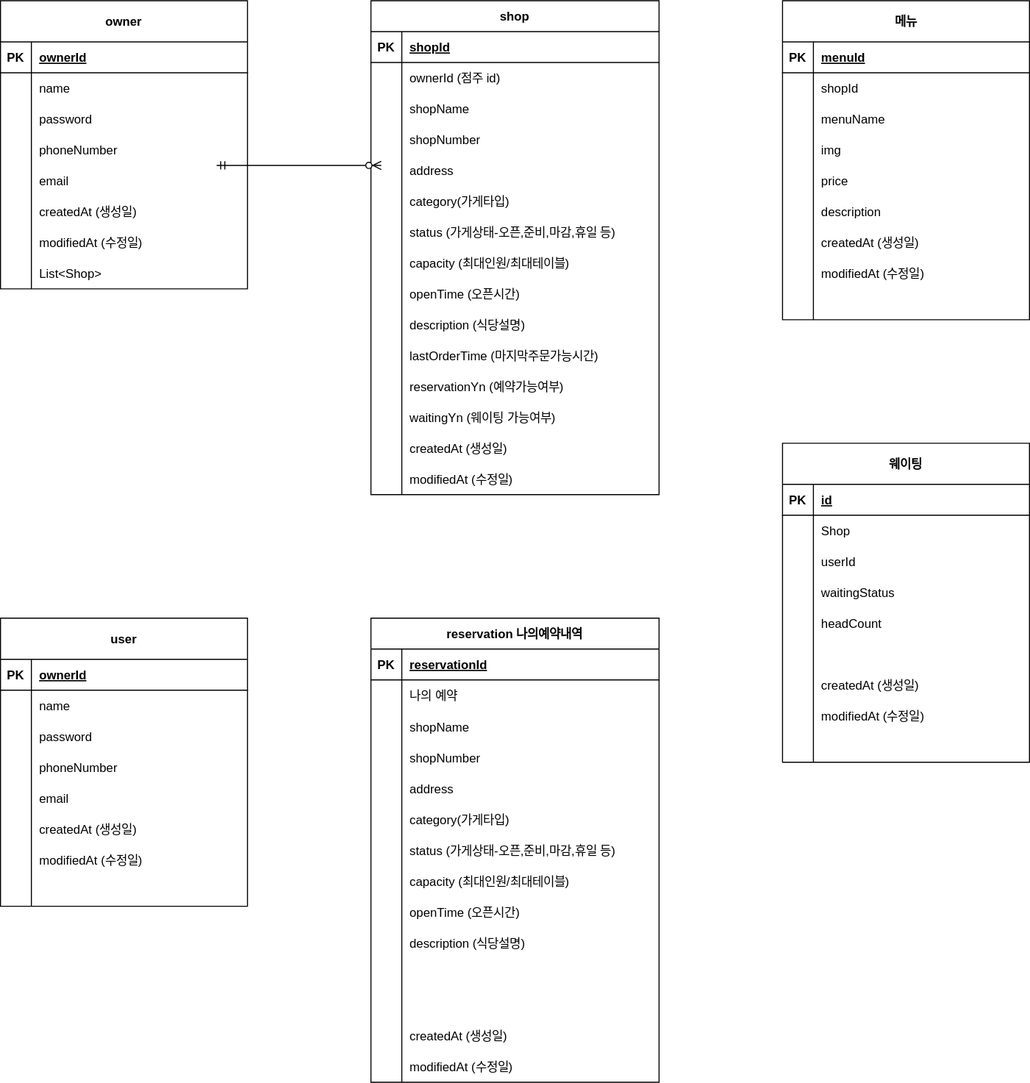
This is document/reservetable-erd.svg from hyerinnn/reservetable, a draw.io export, as it was before one commit. Source tidied: cells renumbered, new cells last; positions are measured from the earlier drawing's top-left corner, leaving out a move shared by most shapes.
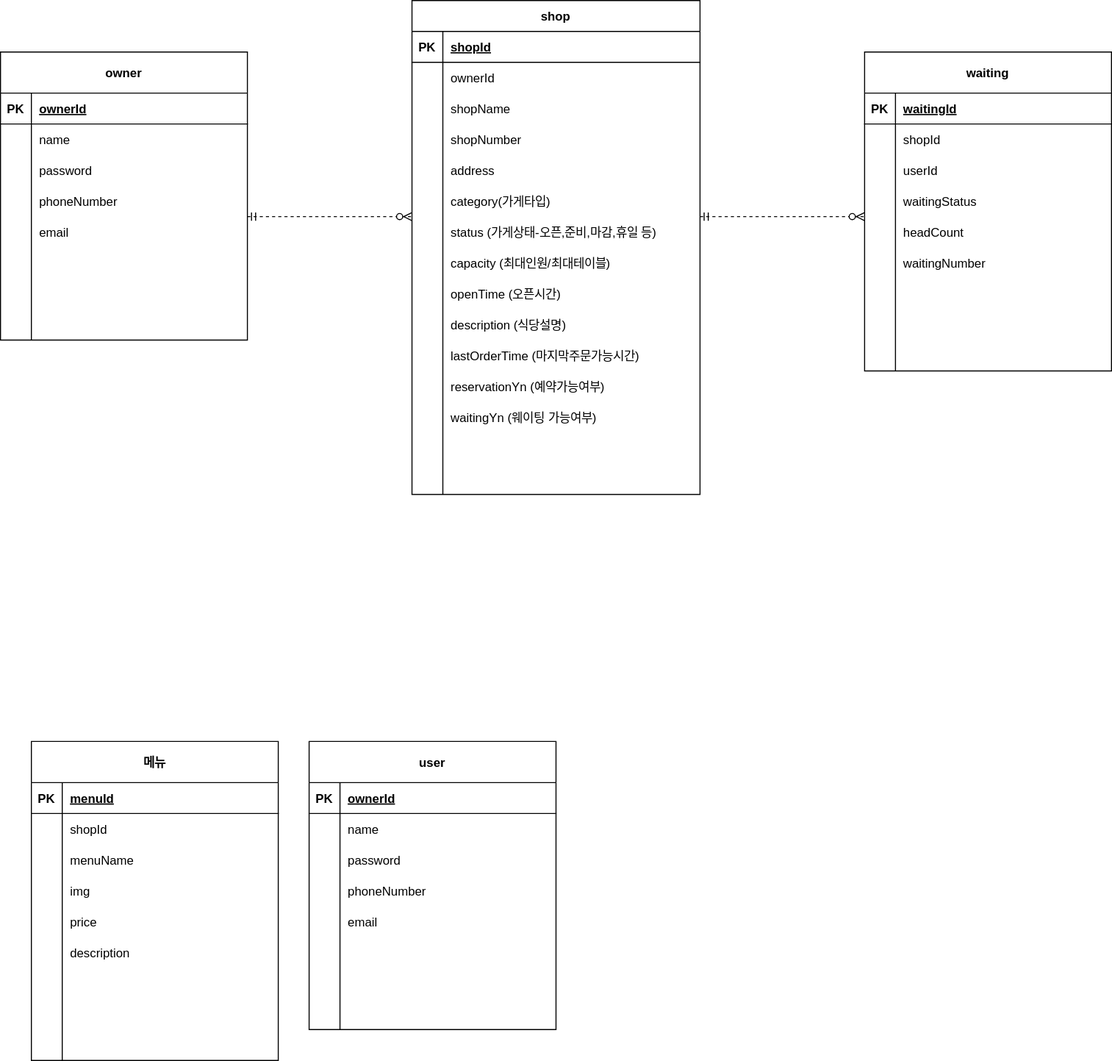
The same file after the commit.

Change to the diagram source:
```diff
@@ -5,3 +5,3 @@
     <mxCell id="2" value="owner" style="shape=table;startSize=40;rowLines=0;fontStyle=1;align=center;" parent="1" vertex="1">
-      <mxGeometry width="240" height="280" as="geometry" />
+      <mxGeometry x="-30" width="240" height="280" as="geometry" />
     </mxCell>
@@ -58,3 +58,3 @@
     </mxCell>
-    <mxCell id="20" value="createdAt (생성일)" style="shape=partialRectangle;overflow=hidden;fillColor=none;top=0;left=0;bottom=0;right=0;align=left;spacingLeft=6;" parent="18" vertex="1">
+    <mxCell id="20" style="shape=partialRectangle;overflow=hidden;fillColor=none;top=0;left=0;bottom=0;right=0;align=left;spacingLeft=6;" parent="18" vertex="1">
       <mxGeometry x="30" width="210" height="30" as="geometry" />
@@ -67,3 +67,3 @@
     </mxCell>
-    <mxCell id="23" value="modifiedAt (수정일)" style="shape=partialRectangle;overflow=hidden;fillColor=none;top=0;left=0;bottom=0;right=0;align=left;spacingLeft=6;" parent="21" vertex="1">
+    <mxCell id="23" style="shape=partialRectangle;overflow=hidden;fillColor=none;top=0;left=0;bottom=0;right=0;align=left;spacingLeft=6;" parent="21" vertex="1">
       <mxGeometry x="30" width="210" height="30" as="geometry" />
@@ -76,3 +76,3 @@
     </mxCell>
-    <mxCell id="26" value="List&lt;Shop&gt;" style="shape=partialRectangle;overflow=hidden;fillColor=none;top=0;left=0;bottom=0;right=0;align=left;spacingLeft=6;" parent="24" vertex="1">
+    <mxCell id="26" style="shape=partialRectangle;overflow=hidden;fillColor=none;top=0;left=0;bottom=0;right=0;align=left;spacingLeft=6;" parent="24" vertex="1">
       <mxGeometry x="30" width="210" height="30" as="geometry" />
@@ -80,3 +80,3 @@
     <mxCell id="27" value="shop" style="shape=table;startSize=30;rowLines=0;fontStyle=1;align=center;" parent="1" vertex="1">
-      <mxGeometry x="360" width="280" height="480" as="geometry" />
+      <mxGeometry x="370" y="-50" width="280" height="480" as="geometry" />
     </mxCell>
@@ -97,3 +97,3 @@
     </mxCell>
-    <mxCell id="33" value="ownerId (점주 id)" style="shape=partialRectangle;overflow=hidden;fillColor=none;top=0;left=0;bottom=0;right=0;align=left;spacingLeft=6;" parent="31" vertex="1">
+    <mxCell id="33" value="ownerId " style="shape=partialRectangle;overflow=hidden;fillColor=none;top=0;left=0;bottom=0;right=0;align=left;spacingLeft=6;" parent="31" vertex="1">
       <mxGeometry x="30" width="250" height="30" as="geometry" />
@@ -205,3 +205,3 @@
     </mxCell>
-    <mxCell id="69" value="createdAt (생성일)" style="shape=partialRectangle;overflow=hidden;fillColor=none;top=0;left=0;bottom=0;right=0;align=left;spacingLeft=6;" parent="67" vertex="1">
+    <mxCell id="69" style="shape=partialRectangle;overflow=hidden;fillColor=none;top=0;left=0;bottom=0;right=0;align=left;spacingLeft=6;" parent="67" vertex="1">
       <mxGeometry x="30" width="250" height="30" as="geometry" />
@@ -214,6 +214,6 @@
     </mxCell>
-    <mxCell id="72" value="modifiedAt (수정일)" style="shape=partialRectangle;overflow=hidden;fillColor=none;top=0;left=0;bottom=0;right=0;align=left;spacingLeft=6;" parent="70" vertex="1">
+    <mxCell id="72" style="shape=partialRectangle;overflow=hidden;fillColor=none;top=0;left=0;bottom=0;right=0;align=left;spacingLeft=6;" parent="70" vertex="1">
       <mxGeometry x="30" width="250" height="30" as="geometry" />
     </mxCell>
-    <mxCell id="73" style="edgeStyle=entityRelationEdgeStyle;fontSize=12;html=1;endArrow=ERzeroToMany;startArrow=ERmandOne;rounded=0;exitX=1;exitY=0.5;exitDx=0;exitDy=0;entryX=0;entryY=0.5;entryDx=0;entryDy=0;" parent="1" edge="1">
+    <mxCell id="73" style="edgeStyle=entityRelationEdgeStyle;fontSize=12;html=1;endArrow=ERzeroToMany;startArrow=ERmandOne;rounded=0;exitX=1;exitY=0.5;exitDx=0;exitDy=0;entryX=0;entryY=0.5;entryDx=0;entryDy=0;dashed=1;" parent="1" edge="1">
       <mxGeometry relative="1" as="geometry">
@@ -227,3 +227,3 @@
     <mxCell id="74" value="메뉴" style="shape=table;startSize=40;rowLines=0;fontStyle=1;align=center;" parent="1" vertex="1">
-      <mxGeometry x="760" width="240" height="310" as="geometry" />
+      <mxGeometry y="670" width="240" height="310" as="geometry" />
     </mxCell>
@@ -289,3 +289,3 @@
     </mxCell>
-    <mxCell id="95" value="createdAt (생성일)" style="shape=partialRectangle;overflow=hidden;fillColor=none;top=0;left=0;bottom=0;right=0;align=left;spacingLeft=6;" parent="93" vertex="1">
+    <mxCell id="95" style="shape=partialRectangle;overflow=hidden;fillColor=none;top=0;left=0;bottom=0;right=0;align=left;spacingLeft=6;" parent="93" vertex="1">
       <mxGeometry x="30" width="210" height="30" as="geometry" />
@@ -298,3 +298,3 @@
     </mxCell>
-    <mxCell id="98" value="modifiedAt (수정일)" style="shape=partialRectangle;overflow=hidden;fillColor=none;top=0;left=0;bottom=0;right=0;align=left;spacingLeft=6;" parent="96" vertex="1">
+    <mxCell id="98" style="shape=partialRectangle;overflow=hidden;fillColor=none;top=0;left=0;bottom=0;right=0;align=left;spacingLeft=6;" parent="96" vertex="1">
       <mxGeometry x="30" width="210" height="30" as="geometry" />
@@ -310,133 +310,4 @@
     </mxCell>
-    <mxCell id="102" value="reservation 나의예약내역" style="shape=table;startSize=30;rowLines=0;fontStyle=1;align=center;" parent="1" vertex="1">
-      <mxGeometry x="360" y="600" width="280" height="451" as="geometry" />
-    </mxCell>
-    <mxCell id="103" style="shape=partialRectangle;fillColor=none;top=0;left=0;right=0;bottom=1;" parent="102" vertex="1">
-      <mxGeometry y="30" width="280" height="30" as="geometry" />
-    </mxCell>
-    <mxCell id="104" value="PK" style="shape=partialRectangle;overflow=hidden;fillColor=none;top=0;left=0;bottom=0;right=0;fontStyle=1;" parent="103" vertex="1">
-      <mxGeometry width="30" height="30" as="geometry" />
-    </mxCell>
-    <mxCell id="105" value="reservationId" style="shape=partialRectangle;overflow=hidden;fillColor=none;top=0;left=0;bottom=0;right=0;align=left;spacingLeft=6;fontStyle=5;" parent="103" vertex="1">
-      <mxGeometry x="30" width="250" height="30" as="geometry" />
-    </mxCell>
-    <mxCell id="106" style="shape=partialRectangle;fillColor=none;top=0;left=0;right=0;bottom=0;" parent="102" vertex="1">
-      <mxGeometry y="60" width="280" height="30" as="geometry" />
-    </mxCell>
-    <mxCell id="107" style="shape=partialRectangle;overflow=hidden;fillColor=none;top=0;left=0;bottom=0;right=0;" parent="106" vertex="1">
-      <mxGeometry width="30" height="30" as="geometry" />
-    </mxCell>
-    <mxCell id="108" value="나의 예약 " style="shape=partialRectangle;overflow=hidden;fillColor=none;top=0;left=0;bottom=0;right=0;align=left;spacingLeft=6;" parent="106" vertex="1">
-      <mxGeometry x="30" width="250" height="30" as="geometry" />
-    </mxCell>
-    <mxCell id="109" style="shape=partialRectangle;fillColor=none;top=0;left=0;right=0;bottom=0;" parent="102" vertex="1">
-      <mxGeometry y="90" width="280" height="31" as="geometry" />
-    </mxCell>
-    <mxCell id="110" style="shape=partialRectangle;overflow=hidden;fillColor=none;top=0;left=0;bottom=0;right=0;" parent="109" vertex="1">
-      <mxGeometry width="30" height="31" as="geometry" />
-    </mxCell>
-    <mxCell id="111" value="shopName" style="shape=partialRectangle;overflow=hidden;fillColor=none;top=0;left=0;bottom=0;right=0;align=left;spacingLeft=6;" parent="109" vertex="1">
-      <mxGeometry x="30" width="250" height="31" as="geometry" />
-    </mxCell>
-    <mxCell id="112" style="shape=partialRectangle;fillColor=none;top=0;left=0;right=0;bottom=0;" parent="102" vertex="1">
-      <mxGeometry y="121" width="280" height="30" as="geometry" />
-    </mxCell>
-    <mxCell id="113" style="shape=partialRectangle;overflow=hidden;fillColor=none;top=0;left=0;bottom=0;right=0;" parent="112" vertex="1">
-      <mxGeometry width="30" height="30" as="geometry" />
-    </mxCell>
-    <mxCell id="114" value="shopNumber" style="shape=partialRectangle;overflow=hidden;fillColor=none;top=0;left=0;bottom=0;right=0;align=left;spacingLeft=6;" parent="112" vertex="1">
-      <mxGeometry x="30" width="250" height="30" as="geometry" />
-    </mxCell>
-    <mxCell id="115" style="shape=partialRectangle;fillColor=none;top=0;left=0;right=0;bottom=0;" parent="102" vertex="1">
-      <mxGeometry y="151" width="280" height="30" as="geometry" />
-    </mxCell>
-    <mxCell id="116" style="shape=partialRectangle;overflow=hidden;fillColor=none;top=0;left=0;bottom=0;right=0;" parent="115" vertex="1">
-      <mxGeometry width="30" height="30" as="geometry" />
-    </mxCell>
-    <mxCell id="117" value="address" style="shape=partialRectangle;overflow=hidden;fillColor=none;top=0;left=0;bottom=0;right=0;align=left;spacingLeft=6;" parent="115" vertex="1">
-      <mxGeometry x="30" width="250" height="30" as="geometry" />
-    </mxCell>
-    <mxCell id="118" style="shape=partialRectangle;fillColor=none;top=0;left=0;right=0;bottom=0;" parent="102" vertex="1">
-      <mxGeometry y="181" width="280" height="30" as="geometry" />
-    </mxCell>
-    <mxCell id="119" style="shape=partialRectangle;overflow=hidden;fillColor=none;top=0;left=0;bottom=0;right=0;" parent="118" vertex="1">
-      <mxGeometry width="30" height="30" as="geometry" />
-    </mxCell>
-    <mxCell id="120" value="category(가게타입)" style="shape=partialRectangle;overflow=hidden;fillColor=none;top=0;left=0;bottom=0;right=0;align=left;spacingLeft=6;" parent="118" vertex="1">
-      <mxGeometry x="30" width="250" height="30" as="geometry" />
-    </mxCell>
-    <mxCell id="121" style="shape=partialRectangle;fillColor=none;top=0;left=0;right=0;bottom=0;" parent="102" vertex="1">
-      <mxGeometry y="211" width="280" height="30" as="geometry" />
-    </mxCell>
-    <mxCell id="122" style="shape=partialRectangle;overflow=hidden;fillColor=none;top=0;left=0;bottom=0;right=0;" parent="121" vertex="1">
-      <mxGeometry width="30" height="30" as="geometry" />
-    </mxCell>
-    <mxCell id="123" value="status (가게상태-오픈,준비,마감,휴일 등)" style="shape=partialRectangle;overflow=hidden;fillColor=none;top=0;left=0;bottom=0;right=0;align=left;spacingLeft=6;" parent="121" vertex="1">
-      <mxGeometry x="30" width="250" height="30" as="geometry" />
-    </mxCell>
-    <mxCell id="124" style="shape=partialRectangle;fillColor=none;top=0;left=0;right=0;bottom=0;" parent="102" vertex="1">
-      <mxGeometry y="241" width="280" height="30" as="geometry" />
-    </mxCell>
-    <mxCell id="125" style="shape=partialRectangle;overflow=hidden;fillColor=none;top=0;left=0;bottom=0;right=0;" parent="124" vertex="1">
-      <mxGeometry width="30" height="30" as="geometry" />
-    </mxCell>
-    <mxCell id="126" value="capacity (최대인원/최대테이블)" style="shape=partialRectangle;overflow=hidden;fillColor=none;top=0;left=0;bottom=0;right=0;align=left;spacingLeft=6;" parent="124" vertex="1">
-      <mxGeometry x="30" width="250" height="30" as="geometry" />
-    </mxCell>
-    <mxCell id="127" style="shape=partialRectangle;fillColor=none;top=0;left=0;right=0;bottom=0;" parent="102" vertex="1">
-      <mxGeometry y="271" width="280" height="30" as="geometry" />
-    </mxCell>
-    <mxCell id="128" style="shape=partialRectangle;overflow=hidden;fillColor=none;top=0;left=0;bottom=0;right=0;" parent="127" vertex="1">
-      <mxGeometry width="30" height="30" as="geometry" />
-    </mxCell>
-    <mxCell id="129" value="openTime (오픈시간)" style="shape=partialRectangle;overflow=hidden;fillColor=none;top=0;left=0;bottom=0;right=0;align=left;spacingLeft=6;" parent="127" vertex="1">
-      <mxGeometry x="30" width="250" height="30" as="geometry" />
-    </mxCell>
-    <mxCell id="130" style="shape=partialRectangle;fillColor=none;top=0;left=0;right=0;bottom=0;" parent="102" vertex="1">
-      <mxGeometry y="301" width="280" height="30" as="geometry" />
-    </mxCell>
-    <mxCell id="131" style="shape=partialRectangle;overflow=hidden;fillColor=none;top=0;left=0;bottom=0;right=0;" parent="130" vertex="1">
-      <mxGeometry width="30" height="30" as="geometry" />
-    </mxCell>
-    <mxCell id="132" value="description (식당설명)" style="shape=partialRectangle;overflow=hidden;fillColor=none;top=0;left=0;bottom=0;right=0;align=left;spacingLeft=6;" parent="130" vertex="1">
-      <mxGeometry x="30" width="250" height="30" as="geometry" />
-    </mxCell>
-    <mxCell id="133" style="shape=partialRectangle;fillColor=none;top=0;left=0;right=0;bottom=0;" parent="102" vertex="1">
-      <mxGeometry y="331" width="280" height="30" as="geometry" />
-    </mxCell>
-    <mxCell id="134" style="shape=partialRectangle;overflow=hidden;fillColor=none;top=0;left=0;bottom=0;right=0;" parent="133" vertex="1">
-      <mxGeometry width="30" height="30" as="geometry" />
-    </mxCell>
-    <mxCell id="135" style="shape=partialRectangle;overflow=hidden;fillColor=none;top=0;left=0;bottom=0;right=0;align=left;spacingLeft=6;" parent="133" vertex="1">
-      <mxGeometry x="30" width="250" height="30" as="geometry" />
-    </mxCell>
-    <mxCell id="136" style="shape=partialRectangle;fillColor=none;top=0;left=0;right=0;bottom=0;" parent="102" vertex="1">
-      <mxGeometry y="361" width="280" height="30" as="geometry" />
-    </mxCell>
-    <mxCell id="137" style="shape=partialRectangle;overflow=hidden;fillColor=none;top=0;left=0;bottom=0;right=0;" parent="136" vertex="1">
-      <mxGeometry width="30" height="30" as="geometry" />
-    </mxCell>
-    <mxCell id="138" style="shape=partialRectangle;overflow=hidden;fillColor=none;top=0;left=0;bottom=0;right=0;align=left;spacingLeft=6;" parent="136" vertex="1">
-      <mxGeometry x="30" width="250" height="30" as="geometry" />
-    </mxCell>
-    <mxCell id="139" style="shape=partialRectangle;fillColor=none;top=0;left=0;right=0;bottom=0;" parent="102" vertex="1">
-      <mxGeometry y="391" width="280" height="30" as="geometry" />
-    </mxCell>
-    <mxCell id="140" style="shape=partialRectangle;overflow=hidden;fillColor=none;top=0;left=0;bottom=0;right=0;" parent="139" vertex="1">
-      <mxGeometry width="30" height="30" as="geometry" />
-    </mxCell>
-    <mxCell id="141" value="createdAt (생성일)" style="shape=partialRectangle;overflow=hidden;fillColor=none;top=0;left=0;bottom=0;right=0;align=left;spacingLeft=6;" parent="139" vertex="1">
-      <mxGeometry x="30" width="250" height="30" as="geometry" />
-    </mxCell>
-    <mxCell id="142" style="shape=partialRectangle;fillColor=none;top=0;left=0;right=0;bottom=0;" parent="102" vertex="1">
-      <mxGeometry y="421" width="280" height="30" as="geometry" />
-    </mxCell>
-    <mxCell id="143" style="shape=partialRectangle;overflow=hidden;fillColor=none;top=0;left=0;bottom=0;right=0;" parent="142" vertex="1">
-      <mxGeometry width="30" height="30" as="geometry" />
-    </mxCell>
-    <mxCell id="144" value="modifiedAt (수정일)" style="shape=partialRectangle;overflow=hidden;fillColor=none;top=0;left=0;bottom=0;right=0;align=left;spacingLeft=6;" parent="142" vertex="1">
-      <mxGeometry x="30" width="250" height="30" as="geometry" />
-    </mxCell>
     <mxCell id="145" value="user" style="shape=table;startSize=40;rowLines=0;fontStyle=1;align=center;" parent="1" vertex="1">
-      <mxGeometry y="600" width="240" height="280" as="geometry" />
+      <mxGeometry x="270" y="670" width="240" height="280" as="geometry" />
     </mxCell>
@@ -493,3 +364,3 @@
     </mxCell>
-    <mxCell id="163" value="createdAt (생성일)" style="shape=partialRectangle;overflow=hidden;fillColor=none;top=0;left=0;bottom=0;right=0;align=left;spacingLeft=6;" parent="161" vertex="1">
+    <mxCell id="163" style="shape=partialRectangle;overflow=hidden;fillColor=none;top=0;left=0;bottom=0;right=0;align=left;spacingLeft=6;" parent="161" vertex="1">
       <mxGeometry x="30" width="210" height="30" as="geometry" />
@@ -502,3 +373,3 @@
     </mxCell>
-    <mxCell id="166" value="modifiedAt (수정일)" style="shape=partialRectangle;overflow=hidden;fillColor=none;top=0;left=0;bottom=0;right=0;align=left;spacingLeft=6;" parent="164" vertex="1">
+    <mxCell id="166" style="shape=partialRectangle;overflow=hidden;fillColor=none;top=0;left=0;bottom=0;right=0;align=left;spacingLeft=6;" parent="164" vertex="1">
       <mxGeometry x="30" width="210" height="30" as="geometry" />
@@ -514,4 +385,4 @@
     </mxCell>
-    <mxCell id="170" value="웨이팅" style="shape=table;startSize=40;rowLines=0;fontStyle=1;align=center;" parent="1" vertex="1">
-      <mxGeometry x="760" y="430" width="240" height="310" as="geometry" />
+    <mxCell id="170" value="waiting" style="shape=table;startSize=40;rowLines=0;fontStyle=1;align=center;" parent="1" vertex="1">
+      <mxGeometry x="810" width="240" height="310" as="geometry" />
     </mxCell>
@@ -523,3 +394,3 @@
     </mxCell>
-    <mxCell id="173" value="id" style="shape=partialRectangle;overflow=hidden;fillColor=none;top=0;left=0;bottom=0;right=0;align=left;spacingLeft=6;fontStyle=5;" parent="171" vertex="1">
+    <mxCell id="173" value="waitingId" style="shape=partialRectangle;overflow=hidden;fillColor=none;top=0;left=0;bottom=0;right=0;align=left;spacingLeft=6;fontStyle=5;" parent="171" vertex="1">
       <mxGeometry x="30" width="210" height="30" as="geometry" />
@@ -532,3 +403,3 @@
     </mxCell>
-    <mxCell id="176" value="Shop" style="shape=partialRectangle;overflow=hidden;fillColor=none;top=0;left=0;bottom=0;right=0;align=left;spacingLeft=6;" parent="174" vertex="1">
+    <mxCell id="176" value="shopId" style="shape=partialRectangle;overflow=hidden;fillColor=none;top=0;left=0;bottom=0;right=0;align=left;spacingLeft=6;" parent="174" vertex="1">
       <mxGeometry x="30" width="210" height="30" as="geometry" />
@@ -568,3 +439,3 @@
     </mxCell>
-    <mxCell id="188" style="shape=partialRectangle;overflow=hidden;fillColor=none;top=0;left=0;bottom=0;right=0;align=left;spacingLeft=6;" parent="186" vertex="1">
+    <mxCell id="188" value="waitingNumber" style="shape=partialRectangle;overflow=hidden;fillColor=none;top=0;left=0;bottom=0;right=0;align=left;spacingLeft=6;" parent="186" vertex="1">
       <mxGeometry x="30" width="210" height="30" as="geometry" />
@@ -577,3 +448,3 @@
     </mxCell>
-    <mxCell id="191" value="createdAt (생성일)" style="shape=partialRectangle;overflow=hidden;fillColor=none;top=0;left=0;bottom=0;right=0;align=left;spacingLeft=6;" parent="189" vertex="1">
+    <mxCell id="191" style="shape=partialRectangle;overflow=hidden;fillColor=none;top=0;left=0;bottom=0;right=0;align=left;spacingLeft=6;" parent="189" vertex="1">
       <mxGeometry x="30" width="210" height="30" as="geometry" />
@@ -586,3 +457,3 @@
     </mxCell>
-    <mxCell id="194" value="modifiedAt (수정일)" style="shape=partialRectangle;overflow=hidden;fillColor=none;top=0;left=0;bottom=0;right=0;align=left;spacingLeft=6;" parent="192" vertex="1">
+    <mxCell id="194" style="shape=partialRectangle;overflow=hidden;fillColor=none;top=0;left=0;bottom=0;right=0;align=left;spacingLeft=6;" parent="192" vertex="1">
       <mxGeometry x="30" width="210" height="30" as="geometry" />
@@ -598,2 +469,11 @@
     </mxCell>
+    <mxCell id="198" style="edgeStyle=entityRelationEdgeStyle;fontSize=12;html=1;endArrow=ERzeroToMany;startArrow=ERmandOne;rounded=0;exitX=1;exitY=0.5;exitDx=0;exitDy=0;entryX=0;entryY=0.5;entryDx=0;entryDy=0;dashed=1;" parent="1" edge="1">
+      <mxGeometry relative="1" as="geometry">
+        <mxPoint x="650" y="160" as="sourcePoint" />
+        <mxPoint x="810" y="160" as="targetPoint" />
+        <Array as="points">
+          <mxPoint x="730" y="140" />
+        </Array>
+      </mxGeometry>
+    </mxCell>
   </root>
```
